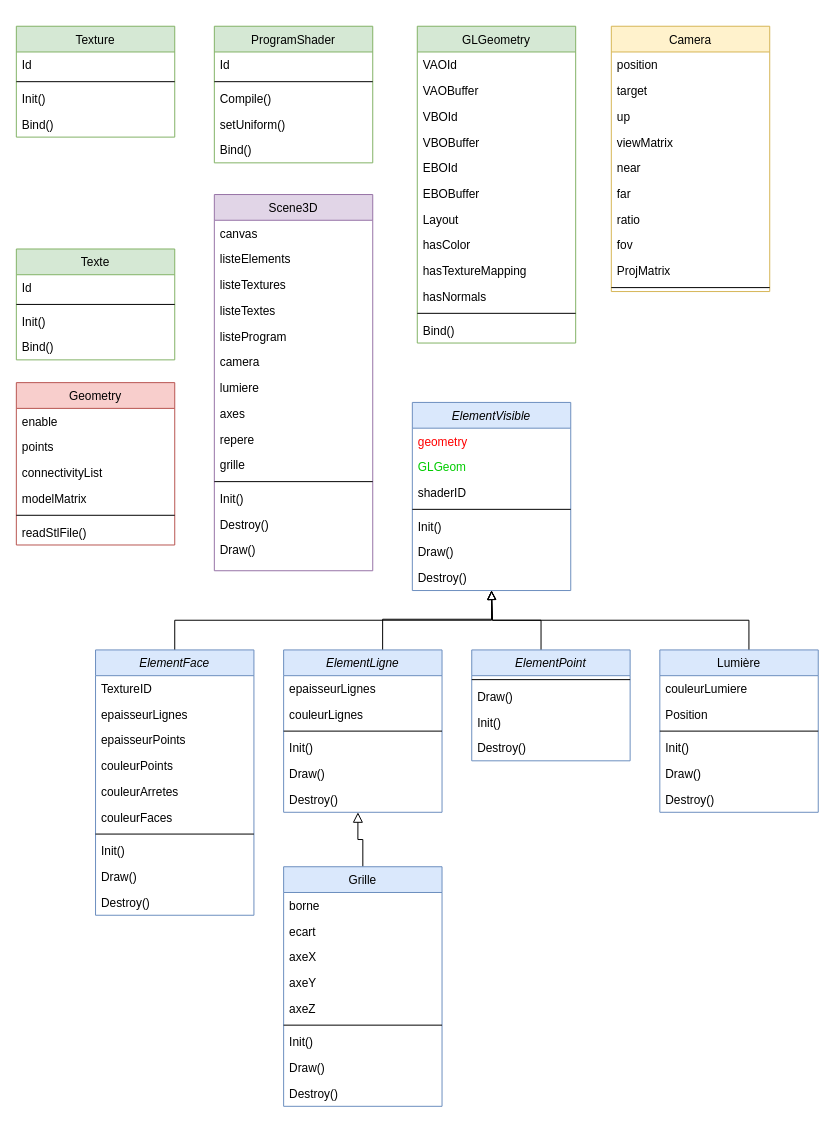
Above: Architecture/architectureDiagram.drawio in Alex4969/OpenGL_MatlabToolbox (draw.io), before the change. Source tidied: cells renumbered, new cells numbered last; positions are measured from the earlier drawing's top-left corner, leaving out a move shared by most shapes. Both pictures are drawn from the tidied source at 99%, with x=0, y=0 at pixel (16, 26).
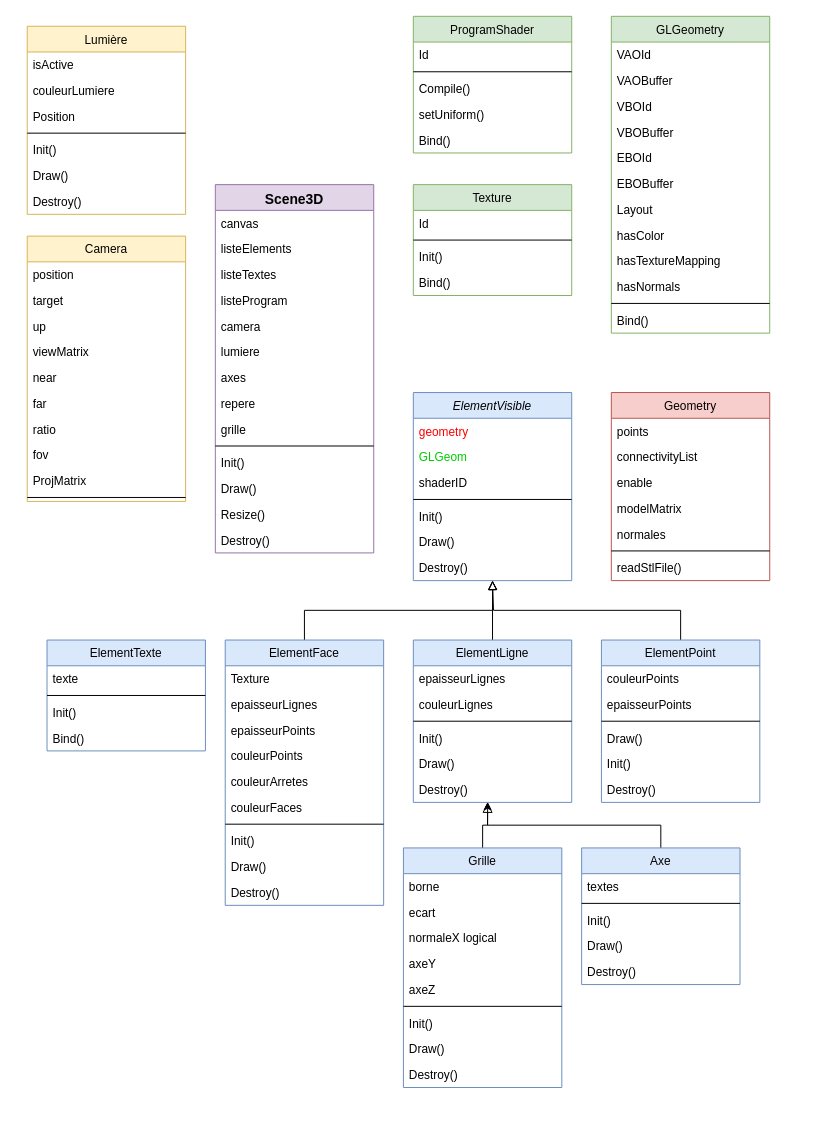
After the change.

Commit message:
nouvelle architecture

The change refers to these unchanged cells:
```xml
<mxCell id="105" value="Destroy()" style="text;align=left;verticalAlign=top;spacingLeft=4;spacingRight=4;overflow=hidden;points=[[0,0.5],[1,0.5]];portConstraint=eastwest;rounded=0;shadow=0;html=0;" parent="99" vertex="1">
  <mxGeometry y="138" width="160" height="26" as="geometry" />
</mxCell>
```

What changed in the source:
```diff
@@
     <mxCell id="2" value="Geometry" style="swimlane;fontStyle=0;align=center;verticalAlign=top;horizontal=1;startSize=26;rounded=0;shadow=0;strokeWidth=1;fillColor=#f8cecc;strokeColor=#b85450;" parent="1" vertex="1">
-      <mxGeometry y="360" width="160" height="164" as="geometry" />
+      <mxGeometry x="601" y="370" width="160" height="190" as="geometry" />
     </mxCell>
-    <mxCell id="3" value="enable" style="text;align=left;verticalAlign=top;spacingLeft=4;spacingRight=4;overflow=hidden;rounded=0;shadow=0;html=0;" parent="2" vertex="1">
-      <mxGeometry y="26" width="160" height="26" as="geometry" />
-    </mxCell>
     <mxCell id="4" value="points" style="text;align=left;verticalAlign=top;spacingLeft=4;spacingRight=4;overflow=hidden;" parent="2" vertex="1">
-      <mxGeometry y="52" width="160" height="26" as="geometry" />
+      <mxGeometry y="26" width="160" height="26" as="geometry" />
     </mxCell>
     <mxCell id="5" value="connectivityList" style="text;align=left;verticalAlign=top;spacingLeft=4;spacingRight=4;overflow=hidden;rounded=0;shadow=0;html=0;" parent="2" vertex="1">
-      <mxGeometry y="78" width="160" height="26" as="geometry" />
+      <mxGeometry y="52" width="160" height="26" as="geometry" />
     </mxCell>
+    <mxCell id="3" value="enable" style="text;align=left;verticalAlign=top;spacingLeft=4;spacingRight=4;overflow=hidden;rounded=0;shadow=0;html=0;" parent="2" vertex="1">
+      <mxGeometry y="78" width="160" height="26" as="geometry" />
+    </mxCell>
@@
+    <mxCell id="117" value="normales" style="text;align=left;verticalAlign=top;spacingLeft=4;spacingRight=4;overflow=hidden;rounded=0;shadow=0;html=0;" parent="2" vertex="1">
+      <mxGeometry y="130" width="160" height="26" as="geometry" />
+    </mxCell>
     <mxCell id="7" style="line;html=1;strokeWidth=1;align=left;verticalAlign=middle;spacingTop=-1;spacingLeft=3;spacingRight=3;labelPosition=right;" parent="2" vertex="1">
-      <mxGeometry y="130" width="160" height="8" as="geometry" />
+      <mxGeometry y="156" width="160" height="8" as="geometry" />
     </mxCell>
     <mxCell id="8" value="readStlFile()" style="text;align=left;verticalAlign=top;spacingLeft=4;spacingRight=4;overflow=hidden;rounded=0;shadow=0;html=0;" parent="2" vertex="1">
-      <mxGeometry y="138" width="160" height="26" as="geometry" />
+      <mxGeometry y="164" width="160" height="26" as="geometry" />
     </mxCell>
     <mxCell id="9" value="GLGeometry" style="swimlane;fontStyle=0;align=center;verticalAlign=top;horizontal=1;startSize=26;rounded=0;shadow=0;strokeWidth=1;fillColor=#d5e8d4;strokeColor=#82b366;" parent="1" vertex="1">
-      <mxGeometry x="405" width="160" height="320" as="geometry" />
+      <mxGeometry x="601" y="-10" width="160" height="320" as="geometry" />
     </mxCell>
@@
-    <mxCell id="22" value="Scene3D" style="swimlane;fontStyle=0;align=center;verticalAlign=top;horizontal=1;startSize=26;rounded=0;shadow=0;strokeWidth=1;fillColor=#e1d5e7;strokeColor=#9673a6;" parent="1" vertex="1">
-      <mxGeometry x="200" y="170" width="160" height="380" as="geometry" />
+    <mxCell id="22" value="Scene3D" style="swimlane;fontStyle=1;align=center;verticalAlign=top;horizontal=1;startSize=26;rounded=0;shadow=0;strokeWidth=1;fillColor=#e1d5e7;strokeColor=#9673a6;fontSize=14;" parent="1" vertex="1">
+      <mxGeometry x="201" y="160" width="160" height="372" as="geometry" />
     </mxCell>
@@
-    <mxCell id="25" value="listeTextures" style="text;align=left;verticalAlign=top;spacingLeft=4;spacingRight=4;overflow=hidden;rounded=0;shadow=0;html=0;" parent="22" vertex="1">
-      <mxGeometry y="78" width="160" height="26" as="geometry" />
-    </mxCell>
     <mxCell id="26" value="listeTextes" style="text;align=left;verticalAlign=top;spacingLeft=4;spacingRight=4;overflow=hidden;rounded=0;shadow=0;html=0;" parent="22" vertex="1">
-      <mxGeometry y="104" width="160" height="26" as="geometry" />
+      <mxGeometry y="78" width="160" height="26" as="geometry" />
     </mxCell>
     <mxCell id="27" value="listeProgram" style="text;align=left;verticalAlign=top;spacingLeft=4;spacingRight=4;overflow=hidden;rounded=0;shadow=0;html=0;" parent="22" vertex="1">
-      <mxGeometry y="130" width="160" height="26" as="geometry" />
+      <mxGeometry y="104" width="160" height="26" as="geometry" />
     </mxCell>
     <mxCell id="28" value="camera" style="text;align=left;verticalAlign=top;spacingLeft=4;spacingRight=4;overflow=hidden;rounded=0;shadow=0;html=0;" parent="22" vertex="1">
-      <mxGeometry y="156" width="160" height="26" as="geometry" />
+      <mxGeometry y="130" width="160" height="26" as="geometry" />
     </mxCell>
     <mxCell id="29" value="lumiere" style="text;align=left;verticalAlign=top;spacingLeft=4;spacingRight=4;overflow=hidden;rounded=0;shadow=0;html=0;" parent="22" vertex="1">
-      <mxGeometry y="182" width="160" height="26" as="geometry" />
+      <mxGeometry y="156" width="160" height="26" as="geometry" />
     </mxCell>
     <mxCell id="30" value="axes" style="text;align=left;verticalAlign=top;spacingLeft=4;spacingRight=4;overflow=hidden;rounded=0;shadow=0;html=0;" parent="22" vertex="1">
-      <mxGeometry y="208" width="160" height="26" as="geometry" />
+      <mxGeometry y="182" width="160" height="26" as="geometry" />
     </mxCell>
     <mxCell id="31" value="repere" style="text;align=left;verticalAlign=top;spacingLeft=4;spacingRight=4;overflow=hidden;rounded=0;shadow=0;html=0;" parent="22" vertex="1">
-      <mxGeometry y="234" width="160" height="26" as="geometry" />
+      <mxGeometry y="208" width="160" height="26" as="geometry" />
     </mxCell>
     <mxCell id="32" value="grille" style="text;align=left;verticalAlign=top;spacingLeft=4;spacingRight=4;overflow=hidden;rounded=0;shadow=0;html=0;" parent="22" vertex="1">
-      <mxGeometry y="260" width="160" height="26" as="geometry" />
+      <mxGeometry y="234" width="160" height="26" as="geometry" />
     </mxCell>
     <mxCell id="33" style="line;html=1;strokeWidth=1;align=left;verticalAlign=middle;spacingTop=-1;spacingLeft=3;spacingRight=3;labelPosition=right;" parent="22" vertex="1">
-      <mxGeometry y="286" width="160" height="8" as="geometry" />
+      <mxGeometry y="260" width="160" height="8" as="geometry" />
     </mxCell>
     <mxCell id="34" value="Init()" style="text;align=left;verticalAlign=top;spacingLeft=4;spacingRight=4;overflow=hidden;rounded=0;shadow=0;html=0;" parent="22" vertex="1">
-      <mxGeometry y="294" width="160" height="26" as="geometry" />
+      <mxGeometry y="268" width="160" height="26" as="geometry" />
     </mxCell>
+    <mxCell id="36" value="Draw()" style="text;align=left;verticalAlign=top;spacingLeft=4;spacingRight=4;overflow=hidden;rounded=0;shadow=0;html=0;" parent="22" vertex="1">
+      <mxGeometry y="294" width="160" height="26" as="geometry" />
+    </mxCell>
+    <mxCell id="118" value="Resize()" style="text;align=left;verticalAlign=top;spacingLeft=4;spacingRight=4;overflow=hidden;rounded=0;shadow=0;html=0;" parent="22" vertex="1">
+      <mxGeometry y="320" width="160" height="26" as="geometry" />
+    </mxCell>
     <mxCell id="35" value="Destroy()" style="text;align=left;verticalAlign=top;spacingLeft=4;spacingRight=4;overflow=hidden;rounded=0;shadow=0;html=0;" parent="22" vertex="1">
-      <mxGeometry y="320" width="160" height="26" as="geometry" />
+      <mxGeometry y="346" width="160" height="26" as="geometry" />
     </mxCell>
-    <mxCell id="36" value="Draw()" style="text;align=left;verticalAlign=top;spacingLeft=4;spacingRight=4;overflow=hidden;rounded=0;shadow=0;html=0;" parent="22" vertex="1">
-      <mxGeometry y="346" width="160" height="26" as="geometry" />
-    </mxCell>
     <mxCell id="37" value="ElementVisible" style="swimlane;fontStyle=2;align=center;verticalAlign=top;horizontal=1;startSize=26;rounded=0;shadow=0;strokeWidth=1;fillColor=#dae8fc;strokeColor=#6c8ebf;" parent="1" vertex="1">
-      <mxGeometry x="400" y="380" width="160" height="190" as="geometry" />
+      <mxGeometry x="401" y="370" width="160" height="190" as="geometry" />
     </mxCell>
@@
-    <mxCell id="45" style="edgeStyle=orthogonalEdgeStyle;rounded=0;jettySize=auto;html=1;endArrow=block;endFill=0;endSize=7;" parent="1" edge="1" source="46">
-      <mxGeometry relative="1" as="geometry">
-        <mxPoint x="480" y="570" as="targetPoint" />
-        <Array as="points">
-          <mxPoint x="740" y="600" />
-          <mxPoint x="481" y="600" />
-          <mxPoint x="481" y="570" />
-        </Array>
-      </mxGeometry>
-    </mxCell>
-    <mxCell id="46" value="Lumière" style="swimlane;fontStyle=0;align=center;verticalAlign=top;horizontal=1;startSize=26;rounded=0;shadow=0;strokeWidth=1;fillColor=#dae8fc;strokeColor=#6c8ebf;" parent="1" vertex="1">
-      <mxGeometry x="650" y="630" width="160" height="164" as="geometry" />
+    <mxCell id="46" value="Lumière" style="swimlane;fontStyle=0;align=center;verticalAlign=top;horizontal=1;startSize=26;rounded=0;shadow=0;strokeWidth=1;fillColor=#fff2cc;strokeColor=#d6b656;" parent="1" vertex="1">
+      <mxGeometry x="11" width="160" height="190" as="geometry" />
     </mxCell>
+    <mxCell id="119" value="isActive" style="text;align=left;verticalAlign=top;spacingLeft=4;spacingRight=4;overflow=hidden;rounded=0;shadow=0;html=0;" parent="46" vertex="1">
+      <mxGeometry y="26" width="160" height="26" as="geometry" />
+    </mxCell>
     <mxCell id="47" value="couleurLumiere" style="text;align=left;verticalAlign=top;spacingLeft=4;spacingRight=4;overflow=hidden;rounded=0;shadow=0;html=0;" parent="46" vertex="1">
-      <mxGeometry y="26" width="160" height="26" as="geometry" />
+      <mxGeometry y="52" width="160" height="26" as="geometry" />
     </mxCell>
     <mxCell id="48" value="Position" style="text;align=left;verticalAlign=top;spacingLeft=4;spacingRight=4;overflow=hidden;rounded=0;shadow=0;html=0;" parent="46" vertex="1">
-      <mxGeometry y="52" width="160" height="26" as="geometry" />
+      <mxGeometry y="78" width="160" height="26" as="geometry" />
     </mxCell>
     <mxCell id="49" style="line;html=1;strokeWidth=1;align=left;verticalAlign=middle;spacingTop=-1;spacingLeft=3;spacingRight=3;labelPosition=right;" parent="46" vertex="1">
-      <mxGeometry y="78" width="160" height="8" as="geometry" />
+      <mxGeometry y="104" width="160" height="8" as="geometry" />
     </mxCell>
     <mxCell id="50" value="Init()" style="text;align=left;verticalAlign=top;spacingLeft=4;spacingRight=4;overflow=hidden;rounded=0;shadow=0;html=0;" parent="46" vertex="1">
-      <mxGeometry y="86" width="160" height="26" as="geometry" />
+      <mxGeometry y="112" width="160" height="26" as="geometry" />
     </mxCell>
     <mxCell id="51" value="Draw()" style="text;align=left;verticalAlign=top;spacingLeft=4;spacingRight=4;overflow=hidden;rounded=0;shadow=0;html=0;" parent="46" vertex="1">
-      <mxGeometry y="112" width="160" height="26" as="geometry" />
+      <mxGeometry y="138" width="160" height="26" as="geometry" />
     </mxCell>
     <mxCell id="52" value="Destroy()" style="text;align=left;verticalAlign=top;spacingLeft=4;spacingRight=4;overflow=hidden;rounded=0;shadow=0;html=0;" parent="46" vertex="1">
-      <mxGeometry y="138" width="160" height="26" as="geometry" />
+      <mxGeometry y="164" width="160" height="26" as="geometry" />
     </mxCell>
@@
     <mxCell id="54" value="Grille" style="swimlane;fontStyle=0;align=center;verticalAlign=top;horizontal=1;startSize=26;rounded=0;shadow=0;strokeWidth=1;fillColor=#dae8fc;strokeColor=#6c8ebf;" parent="1" vertex="1">
-      <mxGeometry x="270" y="849" width="160" height="242" as="geometry" />
+      <mxGeometry x="391" y="830" width="160" height="242" as="geometry" />
     </mxCell>
@@
-    <mxCell id="57" value="axeX" style="text;align=left;verticalAlign=top;spacingLeft=4;spacingRight=4;overflow=hidden;rounded=0;shadow=0;html=0;" parent="54" vertex="1">
+    <mxCell id="57" value="normaleX logical" style="text;align=left;verticalAlign=top;spacingLeft=4;spacingRight=4;overflow=hidden;rounded=0;shadow=0;html=0;" parent="54" vertex="1">
       <mxGeometry y="78" width="160" height="26" as="geometry" />
     </mxCell>
@@
     <mxCell id="64" value="Camera" style="swimlane;fontStyle=0;align=center;verticalAlign=top;horizontal=1;startSize=26;rounded=0;shadow=0;strokeWidth=1;fillColor=#fff2cc;strokeColor=#d6b656;" parent="1" vertex="1">
-      <mxGeometry x="601" width="160" height="268" as="geometry" />
+      <mxGeometry x="11" y="212" width="160" height="268" as="geometry" />
     </mxCell>
@@
     <mxCell id="75" value="ProgramShader" style="swimlane;fontStyle=0;align=center;verticalAlign=top;horizontal=1;startSize=26;rounded=0;shadow=0;strokeWidth=1;fillColor=#d5e8d4;strokeColor=#82b366;" parent="1" vertex="1">
-      <mxGeometry x="200" width="160" height="138" as="geometry" />
+      <mxGeometry x="401" y="-10" width="160" height="138" as="geometry" />
     </mxCell>
@@
     <mxCell id="81" value="Texture" style="swimlane;fontStyle=0;align=center;verticalAlign=top;horizontal=1;startSize=26;rounded=0;shadow=0;strokeWidth=1;fillColor=#d5e8d4;strokeColor=#82b366;" parent="1" vertex="1">
-      <mxGeometry width="160" height="112" as="geometry" />
+      <mxGeometry x="401" y="160" width="160" height="112" as="geometry" />
     </mxCell>
@@
     <mxCell id="86" style="edgeStyle=orthogonalEdgeStyle;rounded=0;jettySize=auto;html=1;entryX=0.5;entryY=1;entryDx=0;entryDy=0;endArrow=block;endFill=0;endSize=7;" parent="1" edge="1" source="87" target="37">
       <mxGeometry relative="1" as="geometry">
         <Array as="points">
-          <mxPoint x="160" y="600" />
-          <mxPoint x="480" y="600" />
+          <mxPoint x="291" y="590" />
+          <mxPoint x="481" y="590" />
         </Array>
       </mxGeometry>
     </mxCell>
-    <mxCell id="87" value="ElementFace" style="swimlane;fontStyle=2;align=center;verticalAlign=top;horizontal=1;startSize=26;rounded=0;shadow=0;strokeWidth=1;fillColor=#dae8fc;strokeColor=#6c8ebf;" parent="1" vertex="1">
-      <mxGeometry x="80" y="630" width="160" height="268" as="geometry" />
+    <mxCell id="87" value="ElementFace" style="swimlane;fontStyle=0;align=center;verticalAlign=top;horizontal=1;startSize=26;rounded=0;shadow=0;strokeWidth=1;fillColor=#dae8fc;strokeColor=#6c8ebf;" parent="1" vertex="1">
+      <mxGeometry x="211" y="620" width="160" height="268" as="geometry" />
     </mxCell>
-    <mxCell id="88" value="TextureID" style="text;align=left;verticalAlign=top;spacingLeft=4;spacingRight=4;overflow=hidden;rounded=0;shadow=0;html=0;" parent="87" vertex="1">
+    <mxCell id="88" value="Texture" style="text;align=left;verticalAlign=top;spacingLeft=4;spacingRight=4;overflow=hidden;rounded=0;shadow=0;html=0;" parent="87" vertex="1">
       <mxGeometry y="26" width="160" height="26" as="geometry" />
     </mxCell>
@@
     <mxCell id="98" style="edgeStyle=orthogonalEdgeStyle;rounded=0;jettySize=auto;html=1;endArrow=block;endFill=0;endSize=7;" parent="1" edge="1" source="99">
       <mxGeometry relative="1" as="geometry">
-        <mxPoint x="480" y="570" as="targetPoint" />
-        <Array as="points">
-          <mxPoint x="370" y="599" />
-          <mxPoint x="480" y="599" />
-        </Array>
+        <mxPoint x="481" y="560" as="targetPoint" />
       </mxGeometry>
     </mxCell>
-    <mxCell id="99" value="ElementLigne" style="swimlane;fontStyle=2;align=center;verticalAlign=top;horizontal=1;startSize=26;rounded=0;shadow=0;strokeWidth=1;fillColor=#dae8fc;strokeColor=#6c8ebf;" parent="1" vertex="1">
-      <mxGeometry x="270" y="630" width="160" height="164" as="geometry" />
+    <mxCell id="99" value="ElementLigne" style="swimlane;fontStyle=0;align=center;verticalAlign=top;horizontal=1;startSize=26;rounded=0;shadow=0;strokeWidth=1;fillColor=#dae8fc;strokeColor=#6c8ebf;" parent="1" vertex="1">
+      <mxGeometry x="401" y="620" width="160" height="164" as="geometry" />
     </mxCell>
@@
     <mxCell id="106" style="edgeStyle=orthogonalEdgeStyle;rounded=0;jettySize=auto;html=1;endArrow=block;endFill=0;endSize=7;" parent="1" edge="1" source="107">
       <mxGeometry relative="1" as="geometry">
-        <mxPoint x="480" y="570" as="targetPoint" />
+        <mxPoint x="481" y="560" as="targetPoint" />
         <Array as="points">
-          <mxPoint x="530" y="600" />
-          <mxPoint x="481" y="600" />
-          <mxPoint x="481" y="570" />
+          <mxPoint x="671" y="590" />
+          <mxPoint x="482" y="590" />
+          <mxPoint x="482" y="560" />
         </Array>
       </mxGeometry>
     </mxCell>
-    <mxCell id="107" value="ElementPoint" style="swimlane;fontStyle=2;align=center;verticalAlign=top;horizontal=1;startSize=26;rounded=0;shadow=0;strokeWidth=1;fillColor=#dae8fc;strokeColor=#6c8ebf;" parent="1" vertex="1">
-      <mxGeometry x="460" y="630" width="160" height="112" as="geometry" />
+    <mxCell id="107" value="ElementPoint" style="swimlane;fontStyle=0;align=center;verticalAlign=top;horizontal=1;startSize=26;rounded=0;shadow=0;strokeWidth=1;fillColor=#dae8fc;strokeColor=#6c8ebf;" parent="1" vertex="1">
+      <mxGeometry x="591" y="620" width="160" height="164" as="geometry" />
     </mxCell>
+    <mxCell id="120" value="couleurPoints" style="text;align=left;verticalAlign=top;spacingLeft=4;spacingRight=4;overflow=hidden;rounded=0;shadow=0;html=0;" parent="107" vertex="1">
+      <mxGeometry y="26" width="160" height="26" as="geometry" />
+    </mxCell>
+    <mxCell id="121" value="epaisseurPoints" style="text;align=left;verticalAlign=top;spacingLeft=4;spacingRight=4;overflow=hidden;rounded=0;shadow=0;html=0;" parent="107" vertex="1">
+      <mxGeometry y="52" width="160" height="26" as="geometry" />
+    </mxCell>
     <mxCell id="108" style="line;html=1;strokeWidth=1;align=left;verticalAlign=middle;spacingTop=-1;spacingLeft=3;spacingRight=3;labelPosition=right;" parent="107" vertex="1">
-      <mxGeometry y="26" width="160" height="8" as="geometry" />
+      <mxGeometry y="78" width="160" height="8" as="geometry" />
     </mxCell>
     <mxCell id="109" value="Draw()" style="text;align=left;verticalAlign=top;spacingLeft=4;spacingRight=4;overflow=hidden;rounded=0;shadow=0;html=0;" parent="107" vertex="1">
-      <mxGeometry y="34" width="160" height="26" as="geometry" />
+      <mxGeometry y="86" width="160" height="26" as="geometry" />
     </mxCell>
     <mxCell id="110" value="Init()" style="text;align=left;verticalAlign=top;spacingLeft=4;spacingRight=4;overflow=hidden;rounded=0;shadow=0;html=0;" parent="107" vertex="1">
-      <mxGeometry y="60" width="160" height="26" as="geometry" />
+      <mxGeometry y="112" width="160" height="26" as="geometry" />
     </mxCell>
     <mxCell id="111" value="Destroy()" style="text;align=left;verticalAlign=top;spacingLeft=4;spacingRight=4;overflow=hidden;rounded=0;shadow=0;html=0;" parent="107" vertex="1">
-      <mxGeometry y="86" width="160" height="26" as="geometry" />
+      <mxGeometry y="138" width="160" height="26" as="geometry" />
     </mxCell>
-    <mxCell id="112" value="Texte" style="swimlane;fontStyle=0;align=center;verticalAlign=top;horizontal=1;startSize=26;rounded=0;shadow=0;strokeWidth=1;fillColor=#d5e8d4;strokeColor=#82b366;" parent="1" vertex="1">
-      <mxGeometry y="225" width="160" height="112" as="geometry" />
+    <mxCell id="112" value="ElementTexte" style="swimlane;fontStyle=0;align=center;verticalAlign=top;horizontal=1;startSize=26;rounded=0;shadow=0;strokeWidth=1;fillColor=#dae8fc;strokeColor=#6c8ebf;" parent="1" vertex="1">
+      <mxGeometry x="31" y="620" width="160" height="112" as="geometry" />
     </mxCell>
-    <mxCell id="113" value="Id" style="text;align=left;verticalAlign=top;spacingLeft=4;spacingRight=4;overflow=hidden;" parent="112" vertex="1">
+    <mxCell id="113" value="texte" style="text;align=left;verticalAlign=top;spacingLeft=4;spacingRight=4;overflow=hidden;" parent="112" vertex="1">
       <mxGeometry y="26" width="160" height="26" as="geometry" />
     </mxCell>
@@
+    <mxCell id="122" style="edgeStyle=orthogonalEdgeStyle;rounded=0;jettySize=auto;html=1;entryX=0.469;entryY=0.981;entryDx=0;entryDy=0;entryPerimeter=0;" parent="1" edge="1" source="123" target="105">
+      <mxGeometry relative="1" as="geometry" />
+    </mxCell>
+    <mxCell id="123" value="Axe" style="swimlane;fontStyle=0;align=center;verticalAlign=top;horizontal=1;startSize=26;rounded=0;shadow=0;strokeWidth=1;fillColor=#dae8fc;strokeColor=#6c8ebf;" parent="1" vertex="1">
+      <mxGeometry x="571" y="830" width="160" height="138" as="geometry" />
+    </mxCell>
+    <mxCell id="124" value="textes" style="text;align=left;verticalAlign=top;spacingLeft=4;spacingRight=4;overflow=hidden;rounded=0;shadow=0;html=0;" parent="123" vertex="1">
+      <mxGeometry y="26" width="160" height="26" as="geometry" />
+    </mxCell>
+    <mxCell id="125" style="line;html=1;strokeWidth=1;align=left;verticalAlign=middle;spacingTop=-1;spacingLeft=3;spacingRight=3;labelPosition=right;" parent="123" vertex="1">
+      <mxGeometry y="52" width="160" height="8" as="geometry" />
+    </mxCell>
+    <mxCell id="126" value="Init()" style="text;align=left;verticalAlign=top;spacingLeft=4;spacingRight=4;overflow=hidden;rounded=0;shadow=0;html=0;" parent="123" vertex="1">
+      <mxGeometry y="60" width="160" height="26" as="geometry" />
+    </mxCell>
+    <mxCell id="127" value="Draw()" style="text;align=left;verticalAlign=top;spacingLeft=4;spacingRight=4;overflow=hidden;rounded=0;shadow=0;html=0;" parent="123" vertex="1">
+      <mxGeometry y="86" width="160" height="26" as="geometry" />
+    </mxCell>
+    <mxCell id="128" value="Destroy()" style="text;align=left;verticalAlign=top;spacingLeft=4;spacingRight=4;overflow=hidden;rounded=0;shadow=0;html=0;" parent="123" vertex="1">
+      <mxGeometry y="112" width="160" height="26" as="geometry" />
+    </mxCell>
```
